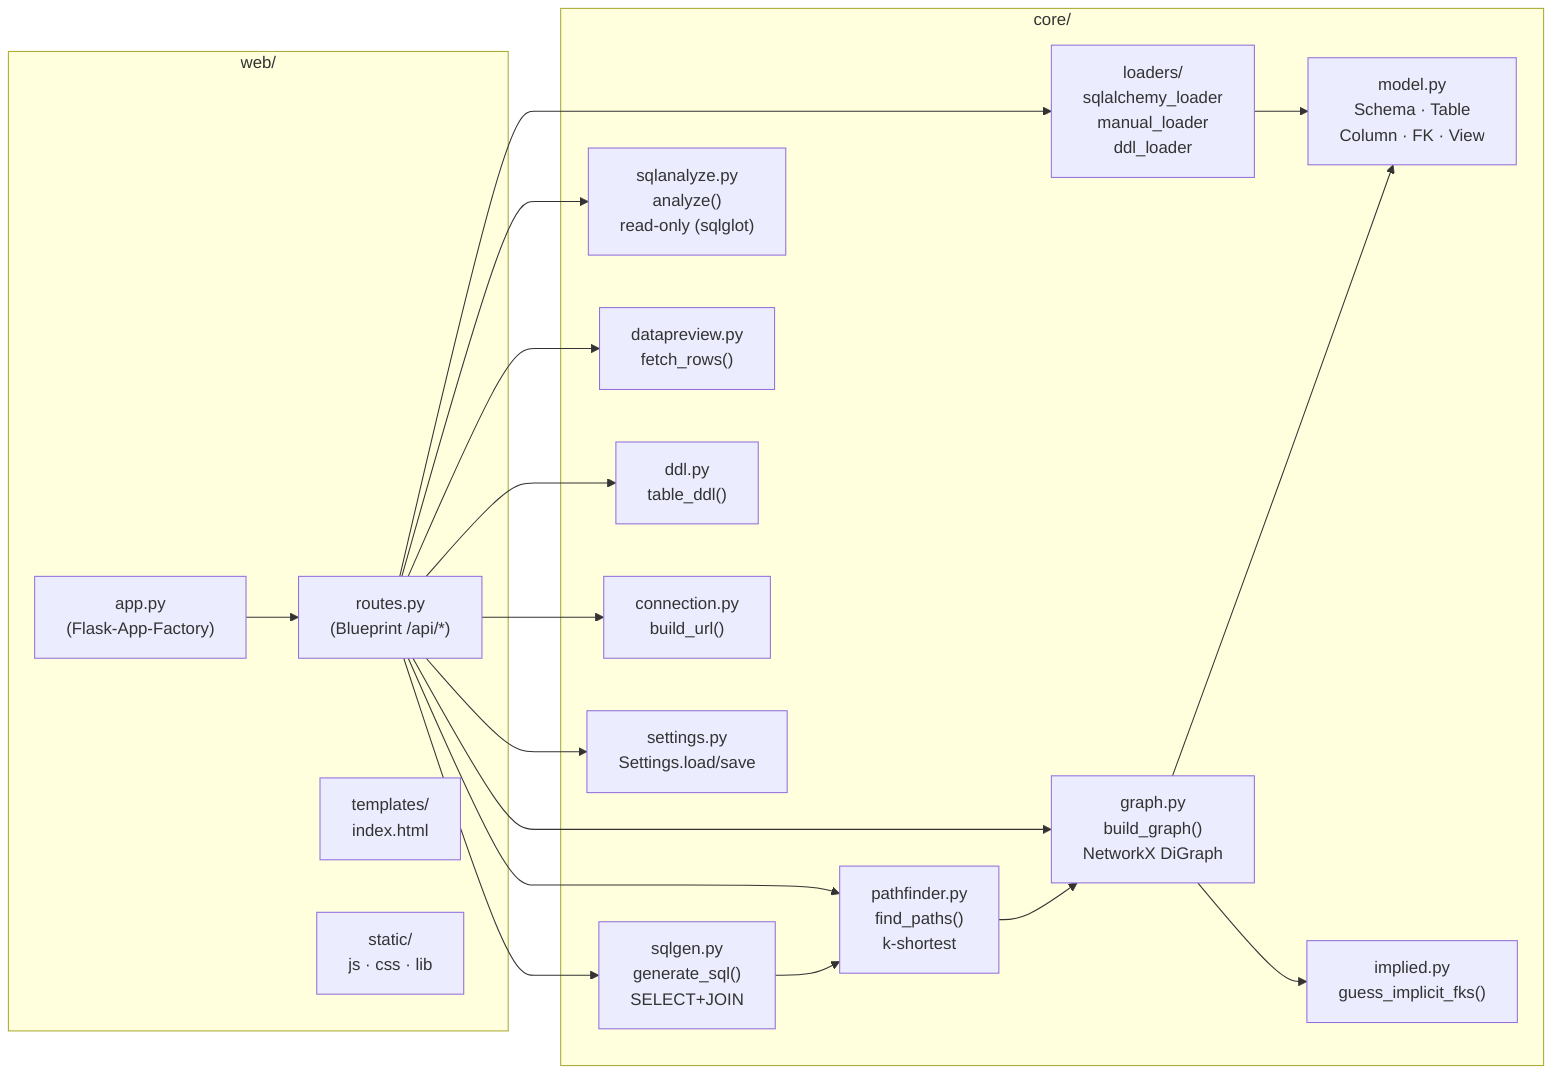
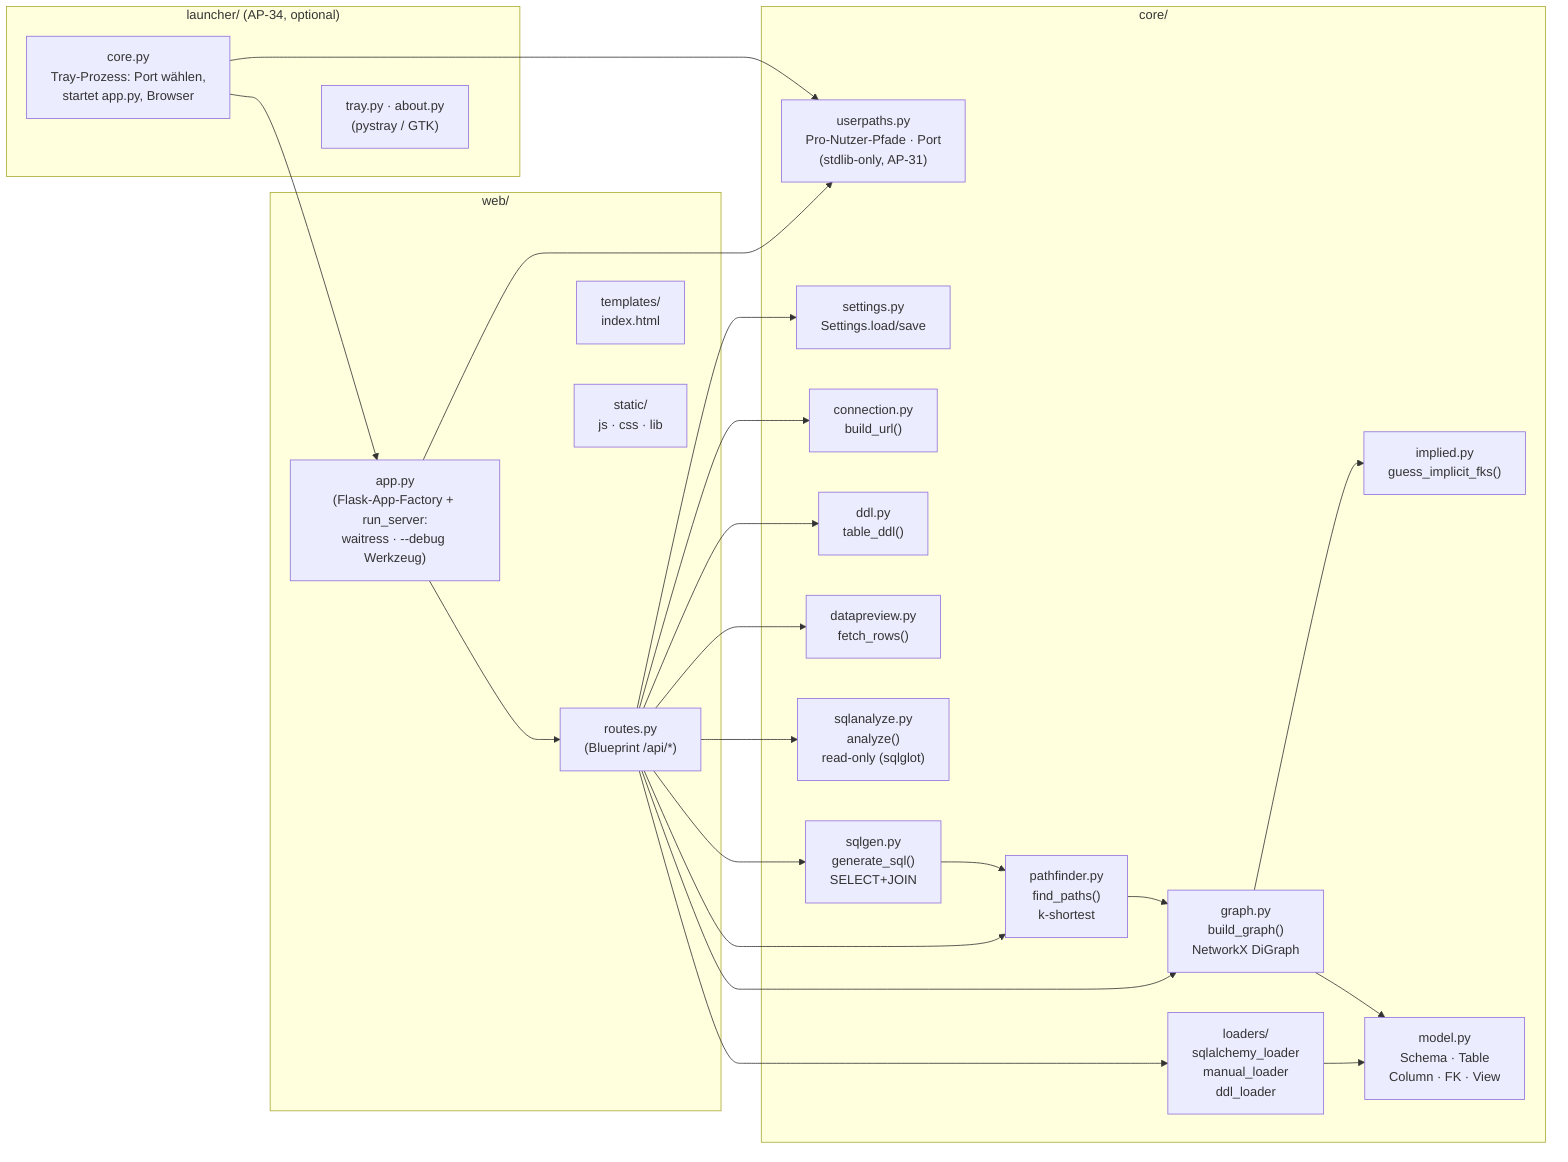
graph LR
    subgraph WEB["web/"]
-         APP["app.py\n(Flask-App-Factory)"]
+         APP["app.py\n(Flask-App-Factory + run_server:\nwaitress · --debug Werkzeug)"]
        ROUTES["routes.py\n(Blueprint /api/*)"]
        TPL["templates/\nindex.html"]
        STATIC["static/\njs · css · lib"]
    end
    subgraph CORE["core/"]
        LOADER["loaders/\nsqlalchemy_loader\nmanual_loader\nddl_loader"]
        MODEL["model.py\nSchema · Table\nColumn · FK · View"]
        GRAPH["graph.py\nbuild_graph()\nNetworkX DiGraph"]
        PF["pathfinder.py\nfind_paths()\nk-shortest"]
        SQLGEN["sqlgen.py\ngenerate_sql()\nSELECT+JOIN"]
        SQLANALYZE["sqlanalyze.py\nanalyze()\nread-only (sqlglot)"]
        IMPLIED["implied.py\nguess_implicit_fks()"]
        PREVIEW["datapreview.py\nfetch_rows()"]
        DDL["ddl.py\ntable_ddl()"]
        CONN["connection.py\nbuild_url()"]
        SETTINGS["settings.py\nSettings.load/save"]
+         USERPATHS["userpaths.py\nPro-Nutzer-Pfade · Port\n(stdlib-only, AP-31)"]
+     end
+     subgraph LAUNCH["launcher/ (AP-34, optional)"]
+         LCORE["core.py\nTray-Prozess: Port wählen,\nstartet app.py, Browser"]
+         LGUI["tray.py · about.py\n(pystray / GTK)"]
+         LCORE ~~~ LGUI
    end

    APP --> ROUTES
+     APP --> USERPATHS
+     LCORE --> APP
+     LCORE --> USERPATHS
    ROUTES --> LOADER
    ROUTES --> GRAPH
    ROUTES --> PF
    ROUTES --> SQLGEN
    ROUTES --> SQLANALYZE
    ROUTES --> PREVIEW
    ROUTES --> DDL
    ROUTES --> CONN
    ROUTES --> SETTINGS
    LOADER --> MODEL
    GRAPH --> MODEL
    GRAPH --> IMPLIED
    PF --> GRAPH
    SQLGEN --> PF
